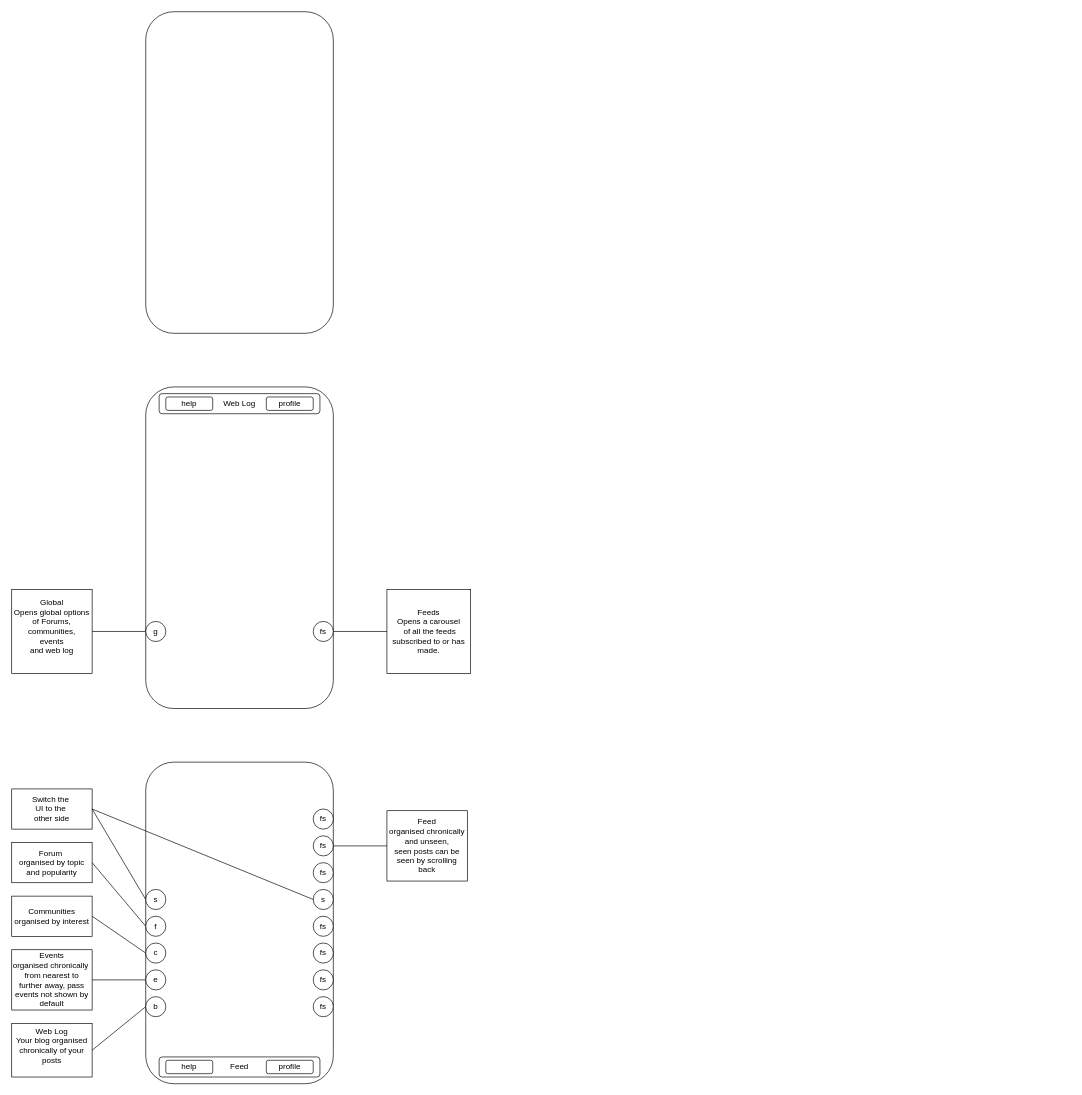
Earlier version of the draw.io diagram AlumiUI.drawio (Lucas-lufa/LJF-Innovation). Source tidied: cells renumbered, new cells numbered last; positions are measured from the earlier drawing's top-left corner, leaving out a move shared by most shapes. Both pictures are drawn from the tidied source at 67%, with x=0, y=0 at pixel (11, 11).
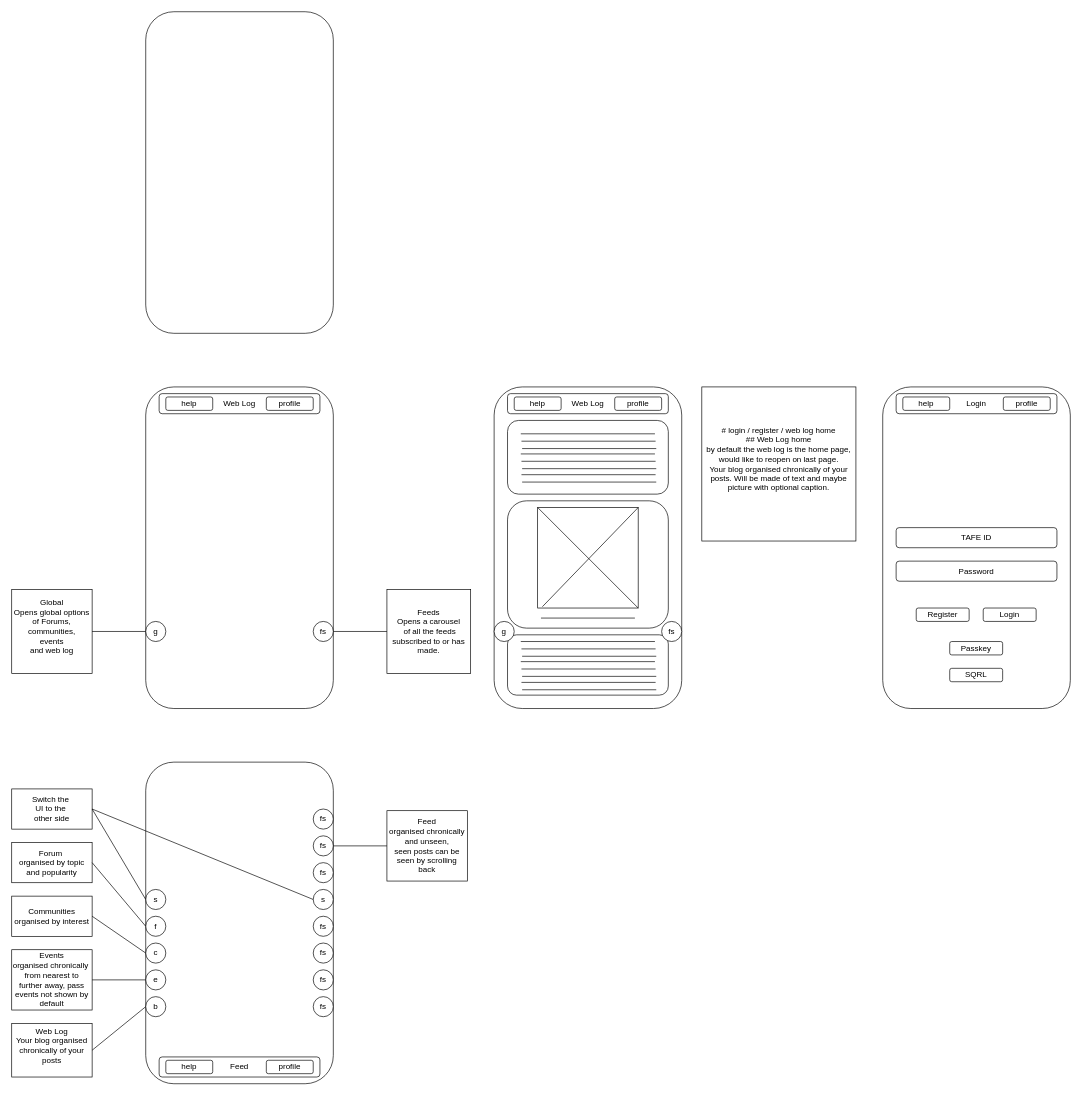
The same page after the edit.

What changed in the source:
```diff
@@
+    <mxCell id="43" style="rounded=1;whiteSpace=wrap;html=1;" parent="1" vertex="1">
+      <mxGeometry x="720" y="560" width="280" height="480" as="geometry" />
+    </mxCell>
+    <mxCell id="44" value="Web Log" style="rounded=1;whiteSpace=wrap;html=1;" parent="1" vertex="1">
+      <mxGeometry x="740" y="570" width="240" height="30" as="geometry" />
+    </mxCell>
+    <mxCell id="45" value="help" style="rounded=1;whiteSpace=wrap;html=1;" parent="1" vertex="1">
+      <mxGeometry x="750" y="575" width="70" height="20" as="geometry" />
+    </mxCell>
+    <mxCell id="46" value="profile" style="rounded=1;whiteSpace=wrap;html=1;" parent="1" vertex="1">
+      <mxGeometry x="900" y="575" width="70" height="20" as="geometry" />
+    </mxCell>
+    <mxCell id="47" style="rounded=1;whiteSpace=wrap;html=1;" parent="1" vertex="1">
+      <mxGeometry x="740" y="610" width="240" height="110" as="geometry" />
+    </mxCell>
+    <mxCell id="48" style="rounded=1;whiteSpace=wrap;html=1;" parent="1" vertex="1">
+      <mxGeometry x="740" y="730" width="240" height="190" as="geometry" />
+    </mxCell>
+    <mxCell id="49" style="rounded=1;whiteSpace=wrap;html=1;" parent="1" vertex="1">
+      <mxGeometry x="740" y="930" width="240" height="90" as="geometry" />
+    </mxCell>
+    <mxCell id="50" value="fs" style="ellipse;whiteSpace=wrap;html=1;" parent="1" vertex="1">
+      <mxGeometry x="970" y="910" width="30" height="30" as="geometry" />
+    </mxCell>
+    <mxCell id="51" value="g" style="ellipse;whiteSpace=wrap;html=1;" parent="1" vertex="1">
+      <mxGeometry x="720" y="910" width="30" height="30" as="geometry" />
+    </mxCell>
+    <mxCell id="52" style="whiteSpace=wrap;html=1;" parent="1" vertex="1">
+      <mxGeometry x="785" y="740" width="150" height="150" as="geometry" />
+    </mxCell>
+    <mxCell id="53" style="endArrow=none;html=1;rounded=0;entryX=0.792;entryY=0.895;entryDx=0;entryDy=0;entryPerimeter=0;exitX=0.208;exitY=0.895;exitDx=0;exitDy=0;exitPerimeter=0;" parent="1" edge="1">
+      <mxGeometry relative="1" as="geometry">
+        <mxPoint x="789.9" y="905" as="sourcePoint" />
+        <mxPoint x="930.1" y="905" as="targetPoint" />
+      </mxGeometry>
+    </mxCell>
+    <mxCell id="54" style="endArrow=none;html=1;rounded=0;entryX=1;entryY=0;entryDx=0;entryDy=0;exitX=0.047;exitY=0.987;exitDx=0;exitDy=0;exitPerimeter=0;" parent="1" edge="1" source="52" target="52">
+      <mxGeometry relative="1" as="geometry" />
+    </mxCell>
+    <mxCell id="55" style="endArrow=none;html=1;rounded=0;entryX=0;entryY=0;entryDx=0;entryDy=0;exitX=1;exitY=1;exitDx=0;exitDy=0;" parent="1" edge="1" source="52" target="52">
+      <mxGeometry relative="1" as="geometry" />
+    </mxCell>
+    <mxCell id="56" style="endArrow=none;html=1;rounded=0;exitX=0.208;exitY=0.895;exitDx=0;exitDy=0;exitPerimeter=0;" parent="1" edge="1">
+      <mxGeometry relative="1" as="geometry">
+        <mxPoint x="759.8" y="630" as="sourcePoint" />
+        <mxPoint x="960" y="630" as="targetPoint" />
+      </mxGeometry>
+    </mxCell>
+    <mxCell id="57" style="endArrow=none;html=1;rounded=0;exitX=0.208;exitY=0.895;exitDx=0;exitDy=0;exitPerimeter=0;" parent="1" edge="1">
+      <mxGeometry relative="1" as="geometry">
+        <mxPoint x="760.8" y="641" as="sourcePoint" />
+        <mxPoint x="961" y="641" as="targetPoint" />
+      </mxGeometry>
+    </mxCell>
+    <mxCell id="58" style="endArrow=none;html=1;rounded=0;exitX=0.208;exitY=0.895;exitDx=0;exitDy=0;exitPerimeter=0;" parent="1" edge="1">
+      <mxGeometry relative="1" as="geometry">
+        <mxPoint x="761.8" y="652" as="sourcePoint" />
+        <mxPoint x="962" y="652" as="targetPoint" />
+      </mxGeometry>
+    </mxCell>
+    <mxCell id="59" style="endArrow=none;html=1;rounded=0;exitX=0.208;exitY=0.895;exitDx=0;exitDy=0;exitPerimeter=0;" parent="1" edge="1">
+      <mxGeometry relative="1" as="geometry">
+        <mxPoint x="759.8" y="660" as="sourcePoint" />
+        <mxPoint x="960" y="660" as="targetPoint" />
+      </mxGeometry>
+    </mxCell>
+    <mxCell id="60" style="endArrow=none;html=1;rounded=0;exitX=0.208;exitY=0.895;exitDx=0;exitDy=0;exitPerimeter=0;" parent="1" edge="1">
+      <mxGeometry relative="1" as="geometry">
+        <mxPoint x="760.8" y="671" as="sourcePoint" />
+        <mxPoint x="961" y="671" as="targetPoint" />
+      </mxGeometry>
+    </mxCell>
+    <mxCell id="61" style="endArrow=none;html=1;rounded=0;exitX=0.208;exitY=0.895;exitDx=0;exitDy=0;exitPerimeter=0;" parent="1" edge="1">
+      <mxGeometry relative="1" as="geometry">
+        <mxPoint x="761.8" y="682" as="sourcePoint" />
+        <mxPoint x="962" y="682" as="targetPoint" />
+      </mxGeometry>
+    </mxCell>
+    <mxCell id="62" style="endArrow=none;html=1;rounded=0;exitX=0.208;exitY=0.895;exitDx=0;exitDy=0;exitPerimeter=0;" parent="1" edge="1">
+      <mxGeometry relative="1" as="geometry">
+        <mxPoint x="760.8" y="691" as="sourcePoint" />
+        <mxPoint x="961" y="691" as="targetPoint" />
+      </mxGeometry>
+    </mxCell>
+    <mxCell id="63" style="endArrow=none;html=1;rounded=0;exitX=0.208;exitY=0.895;exitDx=0;exitDy=0;exitPerimeter=0;" parent="1" edge="1">
+      <mxGeometry relative="1" as="geometry">
+        <mxPoint x="761.8" y="702" as="sourcePoint" />
+        <mxPoint x="962" y="702" as="targetPoint" />
+      </mxGeometry>
+    </mxCell>
+    <mxCell id="64" style="endArrow=none;html=1;rounded=0;exitX=0.208;exitY=0.895;exitDx=0;exitDy=0;exitPerimeter=0;" parent="1" edge="1">
+      <mxGeometry relative="1" as="geometry">
+        <mxPoint x="759.8" y="940" as="sourcePoint" />
+        <mxPoint x="960" y="940" as="targetPoint" />
+      </mxGeometry>
+    </mxCell>
+    <mxCell id="65" style="endArrow=none;html=1;rounded=0;exitX=0.208;exitY=0.895;exitDx=0;exitDy=0;exitPerimeter=0;" parent="1" edge="1">
+      <mxGeometry relative="1" as="geometry">
+        <mxPoint x="760.8" y="951" as="sourcePoint" />
+        <mxPoint x="961" y="951" as="targetPoint" />
+      </mxGeometry>
+    </mxCell>
+    <mxCell id="66" style="endArrow=none;html=1;rounded=0;exitX=0.208;exitY=0.895;exitDx=0;exitDy=0;exitPerimeter=0;" parent="1" edge="1">
+      <mxGeometry relative="1" as="geometry">
+        <mxPoint x="761.8" y="962" as="sourcePoint" />
+        <mxPoint x="962" y="962" as="targetPoint" />
+      </mxGeometry>
+    </mxCell>
+    <mxCell id="67" style="endArrow=none;html=1;rounded=0;exitX=0.208;exitY=0.895;exitDx=0;exitDy=0;exitPerimeter=0;" parent="1" edge="1">
+      <mxGeometry relative="1" as="geometry">
+        <mxPoint x="759.8" y="970" as="sourcePoint" />
+        <mxPoint x="960" y="970" as="targetPoint" />
+      </mxGeometry>
+    </mxCell>
+    <mxCell id="68" style="endArrow=none;html=1;rounded=0;exitX=0.208;exitY=0.895;exitDx=0;exitDy=0;exitPerimeter=0;" parent="1" edge="1">
+      <mxGeometry relative="1" as="geometry">
+        <mxPoint x="760.8" y="981" as="sourcePoint" />
+        <mxPoint x="961" y="981" as="targetPoint" />
+      </mxGeometry>
+    </mxCell>
+    <mxCell id="69" style="endArrow=none;html=1;rounded=0;exitX=0.208;exitY=0.895;exitDx=0;exitDy=0;exitPerimeter=0;" parent="1" edge="1">
+      <mxGeometry relative="1" as="geometry">
+        <mxPoint x="761.8" y="992" as="sourcePoint" />
+        <mxPoint x="962" y="992" as="targetPoint" />
+      </mxGeometry>
+    </mxCell>
+    <mxCell id="70" style="endArrow=none;html=1;rounded=0;exitX=0.208;exitY=0.895;exitDx=0;exitDy=0;exitPerimeter=0;" parent="1" edge="1">
+      <mxGeometry relative="1" as="geometry">
+        <mxPoint x="760.8" y="1001" as="sourcePoint" />
+        <mxPoint x="961" y="1001" as="targetPoint" />
+      </mxGeometry>
+    </mxCell>
+    <mxCell id="71" style="endArrow=none;html=1;rounded=0;exitX=0.208;exitY=0.895;exitDx=0;exitDy=0;exitPerimeter=0;" parent="1" edge="1">
+      <mxGeometry relative="1" as="geometry">
+        <mxPoint x="761.8" y="1012" as="sourcePoint" />
+        <mxPoint x="962" y="1012" as="targetPoint" />
+      </mxGeometry>
+    </mxCell>
+    <mxCell id="72" value="# login / register / web log home &lt;br&gt;## Web Log home&lt;br&gt;by default the web log is the home page, would like to reopen on last page.&lt;br&gt;Your blog organised chronically of your posts. Will be made of text and maybe picture with optional caption.&lt;br&gt;&lt;div&gt;&lt;br/&gt;&lt;/div&gt;" style="whiteSpace=wrap;html=1;" parent="1" vertex="1">
+      <mxGeometry x="1030" y="560" width="230" height="230" as="geometry" />
+    </mxCell>
+    <mxCell id="73" style="rounded=1;whiteSpace=wrap;html=1;" parent="1" vertex="1">
+      <mxGeometry x="1300" y="560" width="280" height="480" as="geometry" />
+    </mxCell>
+    <mxCell id="74" value="Login" style="rounded=1;whiteSpace=wrap;html=1;" parent="1" vertex="1">
+      <mxGeometry x="1320" y="570" width="240" height="30" as="geometry" />
+    </mxCell>
+    <mxCell id="75" value="help" style="rounded=1;whiteSpace=wrap;html=1;" parent="1" vertex="1">
+      <mxGeometry x="1330" y="575" width="70" height="20" as="geometry" />
+    </mxCell>
+    <mxCell id="76" value="profile" style="rounded=1;whiteSpace=wrap;html=1;" parent="1" vertex="1">
+      <mxGeometry x="1480" y="575" width="70" height="20" as="geometry" />
+    </mxCell>
+    <mxCell id="77" value="TAFE ID" style="rounded=1;whiteSpace=wrap;html=1;" parent="1" vertex="1">
+      <mxGeometry x="1320" y="770" width="240" height="30" as="geometry" />
+    </mxCell>
+    <mxCell id="78" value="Password" style="rounded=1;whiteSpace=wrap;html=1;" parent="1" vertex="1">
+      <mxGeometry x="1320" y="820" width="240" height="30" as="geometry" />
+    </mxCell>
+    <mxCell id="79" value="Register" style="rounded=1;whiteSpace=wrap;html=1;" parent="1" vertex="1">
+      <mxGeometry x="1350" y="890" width="79" height="20" as="geometry" />
+    </mxCell>
+    <mxCell id="80" value="Login" style="rounded=1;whiteSpace=wrap;html=1;" parent="1" vertex="1">
+      <mxGeometry x="1450" y="890" width="79" height="20" as="geometry" />
+    </mxCell>
+    <mxCell id="81" value="Passkey" style="rounded=1;whiteSpace=wrap;html=1;" parent="1" vertex="1">
+      <mxGeometry x="1400" y="940" width="79" height="20" as="geometry" />
+    </mxCell>
+    <mxCell id="82" value="SQRL" style="rounded=1;whiteSpace=wrap;html=1;" parent="1" vertex="1">
+      <mxGeometry x="1400" y="980" width="79" height="20" as="geometry" />
+    </mxCell>
```
